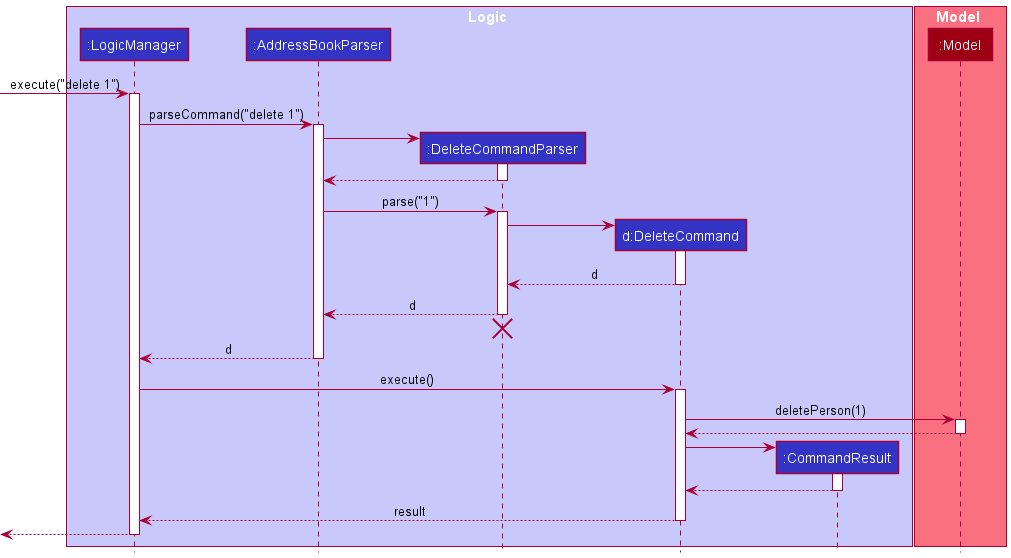
Above: docs/diagrams/DeleteSequenceDiagram.png in yu-ming-chen/tp (PlantUML), before the change.
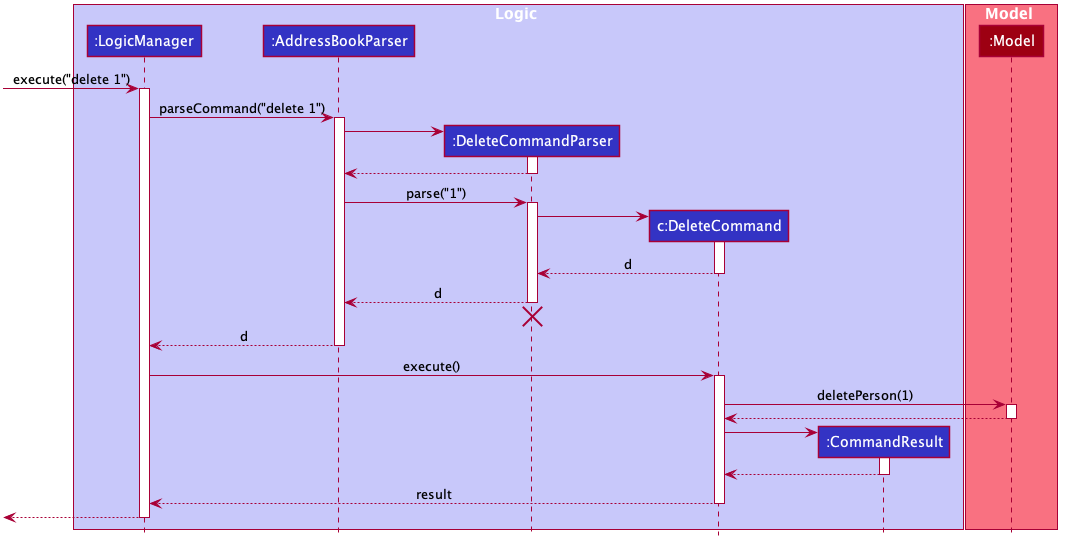
Later version of the same file.

The edit, as a diff of the source:
```diff
@@ -1,16 +1,68 @@
 @startuml
-!include style.puml
 
-box Logic LOGIC_COLOR_T1
-participant ":LogicManager" as LogicManager LOGIC_COLOR
-participant ":AddressBookParser" as AddressBookParser LOGIC_COLOR
-participant ":DeleteCommandParser" as DeleteCommandParser LOGIC_COLOR
-participant "d:DeleteCommand" as DeleteCommand LOGIC_COLOR
-participant ":CommandResult" as CommandResult LOGIC_COLOR
+
+
+
+
+
+
+
+
+skinparam BackgroundColor #FFFFFFF
+
+skinparam Shadowing false
+
+skinparam Class {
+    FontColor #FFFFFF
+    BorderThickness 1
+    BorderColor #FFFFFF
+    StereotypeFontColor #FFFFFF
+    FontName Arial
+}
+
+skinparam Actor {
+    BorderColor #000000
+    Color #000000
+    FontName Arial
+}
+
+skinparam Sequence {
+    MessageAlign center
+    BoxFontSize 15
+    BoxPadding 0
+    BoxFontColor #FFFFFF
+    FontName Arial
+}
+
+skinparam Participant {
+    FontColor #FFFFFFF
+    Padding 20
+}
+
+skinparam classAttributeIconSize 0
+
+skinparam MinClassWidth 50
+skinparam ParticipantPadding 10
+skinparam Shadowing false
+skinparam DefaultTextAlignment center
+skinparam packageStyle Rectangle
+
+hide footbox
+
+hide empty members
+
+hide circle
+
+box Logic #C8C8FA
+participant ":LogicManager" as LogicManager #3333C4
+participant ":AddressBookParser" as AddressBookParser #3333C4
+participant ":DeleteCommandParser" as DeleteCommandParser #3333C4
+participant "c:DeleteCommand" as DeleteCommand #3333C4
+participant ":CommandResult" as CommandResult #3333C4
 end box
 
-box Model MODEL_COLOR_T1
-participant ":Model" as Model MODEL_COLOR
+box Model #F97181
+participant ":Model" as Model #9D0012
 end box
 
 [-> LogicManager : execute("delete 1")
```
